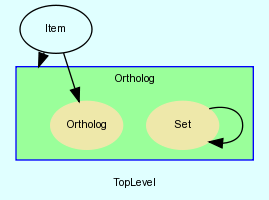
This is doc/dot/f_3.png from ddiez/seqminer, a Graphviz export, as it was before one commit. Its source is kept beside it as doc/dot/f_3.dot. Its diagram source:
```dot
digraph TopLevel {
    label = "TopLevel"
    compound = true
    fontname = Arial
    fontsize = 8
    bgcolor = lightcyan1
    node [
        color = black,
        fontname = Arial,
        fontsize = 8
    ]

    Ortholog__Set -> Ortholog__Set [

    ]

    Item [
        URL = "classes/Item.html",
        label = "Item"
    ]

    Item -> Ortholog__Ortholog [

    ]

    subgraph cluster_Ortholog {
        label = "Ortholog"
        fillcolor = palegreen1
        URL = "classes/Ortholog.html"
        color = blue
        fontname = Arial
        style = filled
        Ortholog [
            shape = plaintext,
            height = 0.01,
            width = 0.01,
            label = ""
        ]

        Ortholog__Set [
            fontcolor = black,
            shape = ellipse,
            URL = "classes/Ortholog/Set.html",
            color = palegoldenrod,
            style = filled,
            label = "Set"
        ]

        Ortholog__Ortholog [
            fontcolor = black,
            shape = ellipse,
            URL = "classes/Ortholog/Ortholog.html",
            color = palegoldenrod,
            style = filled,
            label = "Ortholog"
        ]

    }

    Item -> Ortholog [
        lhead = cluster_Ortholog
    ]

}
```
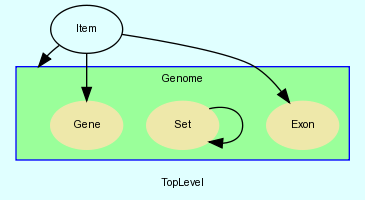
After the commit.

Diff of the diagram source:
```diff
@@ -10,55 +10,68 @@
         fontsize = 8
     ]
 
-    Ortholog__Set -> Ortholog__Set [
-
-    ]
-
     Item [
         URL = "classes/Item.html",
         label = "Item"
     ]
 
-    Item -> Ortholog__Ortholog [
+    Item -> Genome__Exon [
 
     ]
 
-    subgraph cluster_Ortholog {
-        label = "Ortholog"
+    Genome__Set -> Genome__Set [
+
+    ]
+
+    Item -> Genome__Gene [
+
+    ]
+
+    subgraph cluster_Genome {
+        label = "Genome"
         fillcolor = palegreen1
-        URL = "classes/Ortholog.html"
+        URL = "classes/Genome.html"
         color = blue
         fontname = Arial
         style = filled
-        Ortholog [
+        Genome [
             shape = plaintext,
             height = 0.01,
             width = 0.01,
             label = ""
         ]
 
-        Ortholog__Set [
+        Genome__Exon [
             fontcolor = black,
             shape = ellipse,
-            URL = "classes/Ortholog/Set.html",
+            URL = "classes/Genome/Exon.html",
+            color = palegoldenrod,
+            style = filled,
+            label = "Exon"
+        ]
+
+        Genome__Set [
+            fontcolor = black,
+            shape = ellipse,
+            URL = "classes/Genome/Set.html",
             color = palegoldenrod,
             style = filled,
             label = "Set"
         ]
 
-        Ortholog__Ortholog [
+        Genome__Gene [
             fontcolor = black,
             shape = ellipse,
-            URL = "classes/Ortholog/Ortholog.html",
+            URL = "classes/Genome/Gene.html",
             color = palegoldenrod,
             style = filled,
-            label = "Ortholog"
+            label = "Gene"
         ]
 
     }
 
-    Item -> Ortholog [
-        lhead = cluster_Ortholog
+    Item -> Genome [
+        lhead = cluster_Genome
     ]
 
 }
```
